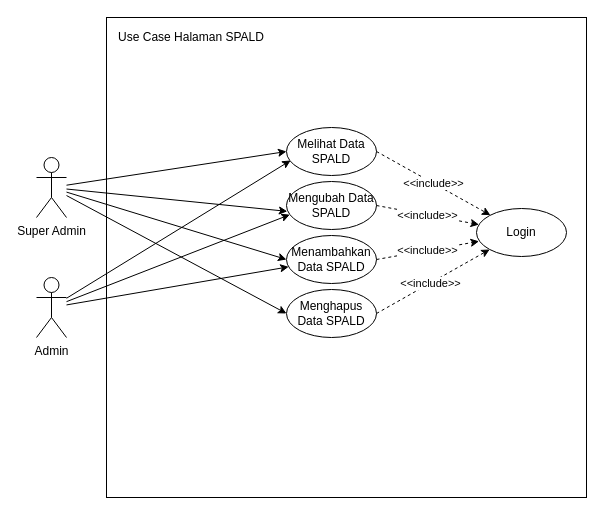
ilhamtaufiq/simspald keeps this draw.io diagram as page "SPALD" (1 of 12) of screenshot/usecasediagram.drawio. Above is the earlier version. Source tidied: cells renumbered, new cells numbered last; positions are measured from the earlier drawing's top-left corner, leaving out a move shared by most shapes. Both pictures are drawn from the tidied source at 100%, with x=0, y=0 at pixel (36, 17).
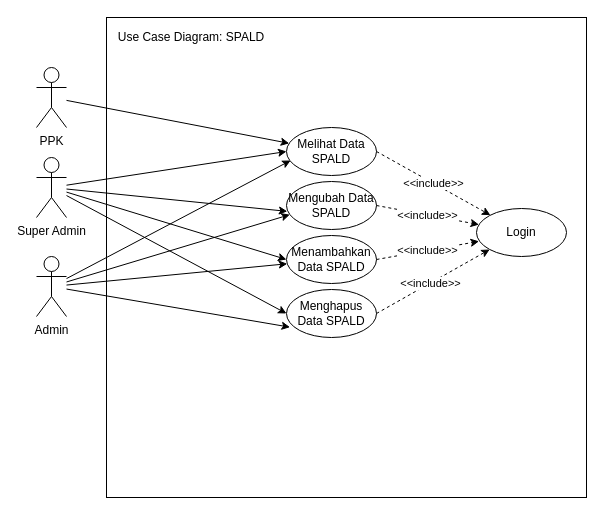
The same page after the edit.

Unchanged cells that the change refers to:
```xml
<mxCell id="13" value="Melihat Data SPALD" style="ellipse;whiteSpace=wrap;html=1;flipV=1;" parent="12" vertex="1">
  <mxGeometry width="90" height="48" as="geometry" />
</mxCell>
<mxCell id="15" value="Menghapus Data SPALD" style="ellipse;whiteSpace=wrap;html=1;flipV=1;" parent="12" vertex="1">
  <mxGeometry y="162" width="90" height="48" as="geometry" />
</mxCell>
```

Change to the diagram source:
```diff
@@
+    <mxCell id="24" style="edgeStyle=none;rounded=0;jettySize=auto;html=1;entryX=0.039;entryY=0.215;entryDx=0;entryDy=0;entryPerimeter=0;shadow=0;strokeColor=#000000;" parent="1" edge="1" source="11" target="15">
+      <mxGeometry relative="1" as="geometry" />
+    </mxCell>
     <mxCell id="11" value="Admin" style="shape=umlActor;verticalLabelPosition=bottom;verticalAlign=top;html=1;outlineConnect=0;" parent="1" vertex="1">
-      <mxGeometry y="260" width="30" height="60" as="geometry" />
+      <mxGeometry y="239" width="30" height="60" as="geometry" />
     </mxCell>
@@
-    <mxCell id="23" value="Use Case Halaman SPALD" style="text;html=1;strokeColor=none;fillColor=none;align=center;verticalAlign=middle;whiteSpace=wrap;rounded=0;" parent="1" vertex="1">
+    <mxCell id="23" value="Use Case Diagram: SPALD" style="text;html=1;strokeColor=none;fillColor=none;align=center;verticalAlign=middle;whiteSpace=wrap;rounded=0;" parent="1" vertex="1">
       <mxGeometry x="70" y="10" width="170" height="20" as="geometry" />
     </mxCell>
+    <mxCell id="25" style="edgeStyle=none;rounded=0;jettySize=auto;html=1;shadow=0;strokeColor=#000000;" parent="1" edge="1" source="26" target="13">
+      <mxGeometry relative="1" as="geometry" />
+    </mxCell>
+    <mxCell id="26" value="PPK" style="shape=umlActor;verticalLabelPosition=bottom;verticalAlign=top;html=1;outlineConnect=0;fillColor=none;" parent="1" vertex="1">
+      <mxGeometry y="50" width="30" height="60" as="geometry" />
+    </mxCell>
```
